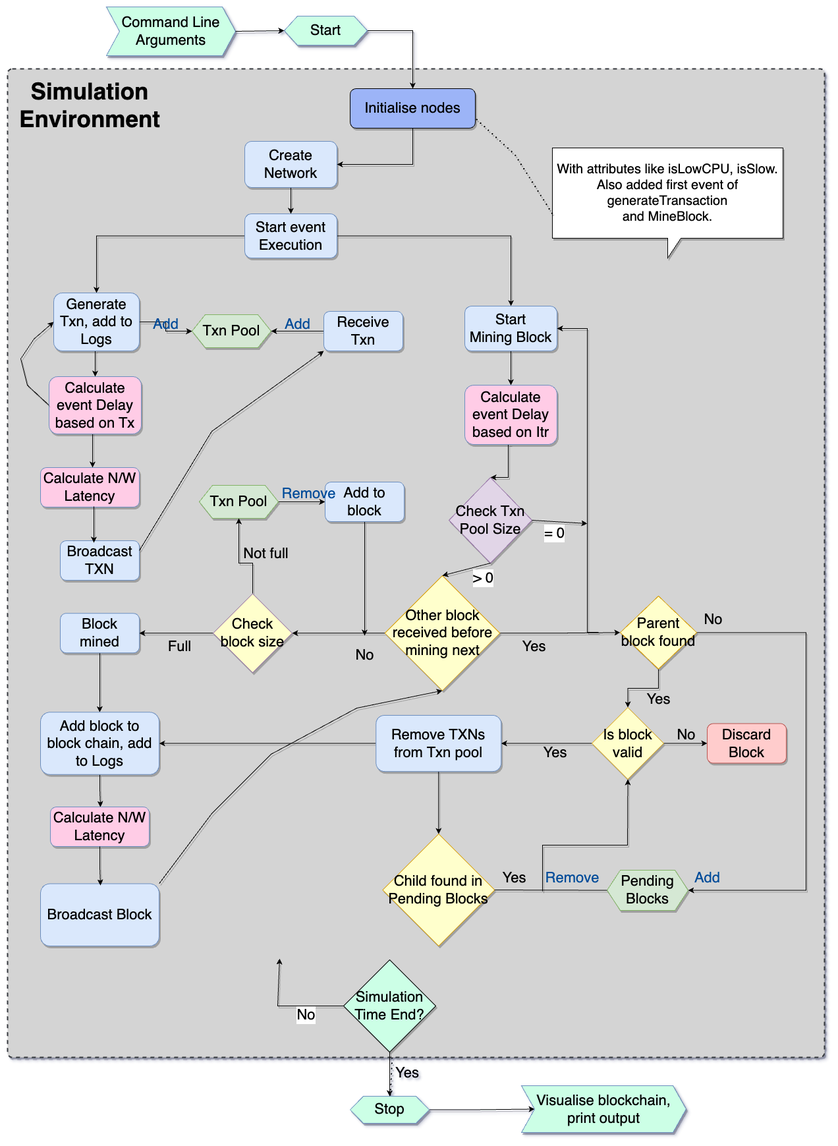
This is Design_Document.png from maximaxi32/CS765_Assignment2, a draw.io export, as it was before one commit. Source tidied: cells renumbered, new cells last; positions are measured from the earlier drawing's top-left corner, leaving out a move shared by most shapes.
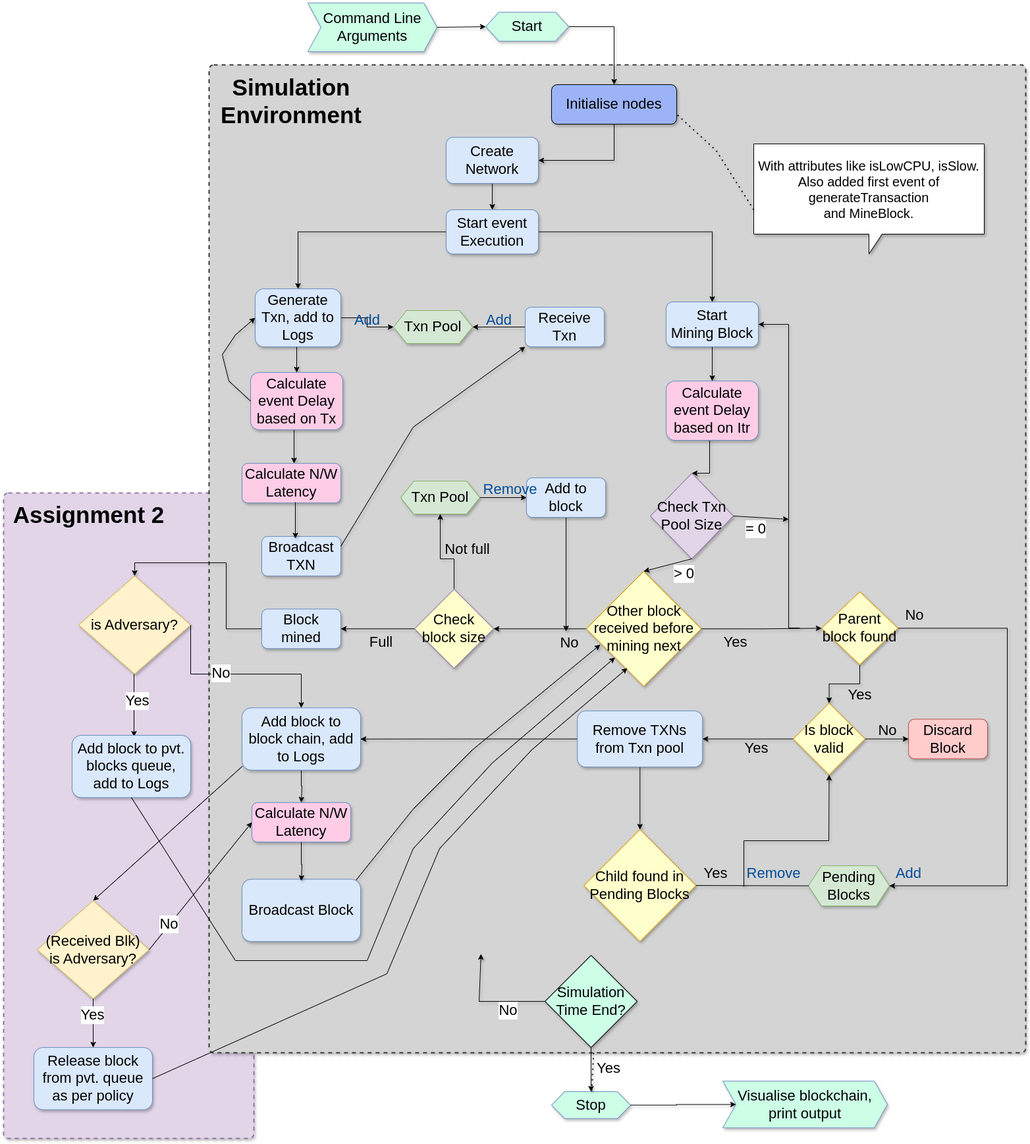
The same file after the commit.

Commit message:
Updated design document

Diff of the diagram source:
```diff
@@ -2,18 +2,20 @@
   <root>
     <mxCell id="0" />
     <mxCell id="1" parent="0" />
+    <mxCell id="95" style="rounded=1;whiteSpace=wrap;html=1;absoluteArcSize=1;arcSize=14;strokeWidth=2;shadow=1;dashed=1;strokeColor=#9673a6;fontSize=22;fillColor=#e1d5e7;" parent="1" vertex="1">
+      <mxGeometry x="-312" y="744" width="380" height="980" as="geometry" />
+    </mxCell>
     <mxCell id="2" style="edgeStyle=none;shape=connector;rounded=0;jettySize=auto;html=1;shadow=1;dashed=1;dashPattern=1 3;labelBackgroundColor=default;strokeColor=default;strokeWidth=2;align=center;verticalAlign=middle;fontFamily=Helvetica;fontSize=22;fontColor=#000000;endArrow=none;endFill=1;" parent="1" edge="1" source="3" target="73">
       <mxGeometry relative="1" as="geometry" />
     </mxCell>
     <mxCell id="3" style="rounded=1;whiteSpace=wrap;html=1;absoluteArcSize=1;arcSize=14;strokeWidth=2;shadow=1;dashed=1;strokeColor=#36393d;fontSize=22;fillColor=#D4D4D4;" parent="1" vertex="1">
       <mxGeometry y="94" width="1240" height="1500" as="geometry" />
     </mxCell>
-    <mxCell id="4" style="endArrow=classic;dashed=0;html=1;dashPattern=1 3;strokeWidth=1;rounded=0;fontSize=22;fontColor=#000000;exitX=1;exitY=0;exitDx=0;exitDy=0;entryX=0.5;entryY=1;entryDx=0;entryDy=0;endFill=1;shadow=1;" parent="1" edge="1" source="69" target="31">
+    <mxCell id="4" style="endArrow=classic;dashed=0;html=1;dashPattern=1 3;strokeWidth=1;rounded=0;fontSize=22;fontColor=#000000;exitX=0.961;exitY=0.017;exitDx=0;exitDy=0;endFill=1;shadow=1;exitPerimeter=0;entryX=0.122;entryY=0.638;entryDx=0;entryDy=0;entryPerimeter=0;" parent="1" edge="1" source="69" target="31">
       <mxGeometry relative="1" as="geometry">
         <Array as="points">
           <mxPoint x="310" y="1224" />
           <mxPoint x="400" y="1134" />
-          <mxPoint x="530" y="1064" />
         </Array>
       </mxGeometry>
     </mxCell>
@@ -118,14 +120,14 @@
     <mxCell id="33" value="Yes" style="text;html=1;align=center;verticalAlign=middle;strokeColor=none;fillColor=none;fontSize=22;shadow=1;" parent="1" vertex="1">
       <mxGeometry x="769" y="951" width="60" height="40" as="geometry" />
     </mxCell>
-    <mxCell id="34" style="edgeStyle=orthogonalEdgeStyle;rounded=0;jettySize=auto;html=1;exitX=0.5;exitY=1;exitDx=0;exitDy=0;fontSize=22;fontColor=#000000;shadow=1;" parent="1" edge="1" source="35" target="58">
+    <mxCell id="34" style="edgeStyle=orthogonalEdgeStyle;rounded=0;jettySize=auto;html=1;exitX=0;exitY=0.5;exitDx=0;exitDy=0;fontSize=22;fontColor=#000000;shadow=1;entryX=0.5;entryY=0;entryDx=0;entryDy=0;" parent="1" edge="1" source="35" target="96">
       <mxGeometry relative="1" as="geometry" />
     </mxCell>
     <mxCell id="35" value="Block mined" style="rounded=1;whiteSpace=wrap;html=1;fontSize=22;fillColor=#dae8fc;strokeColor=#6c8ebf;shadow=1;" parent="1" vertex="1">
       <mxGeometry x="80" y="920.2" width="120" height="60" as="geometry" />
     </mxCell>
     <mxCell id="36" value="No" style="text;html=1;align=center;verticalAlign=middle;strokeColor=none;fillColor=none;fontSize=22;shadow=1;" parent="1" vertex="1">
-      <mxGeometry x="517" y="964" width="50" height="40" as="geometry" />
+      <mxGeometry x="522" y="952" width="50" height="40" as="geometry" />
     </mxCell>
     <mxCell id="37" style="edgeStyle=orthogonalEdgeStyle;rounded=0;jettySize=auto;html=1;exitX=0;exitY=0.5;exitDx=0;exitDy=0;entryX=1;entryY=0.5;entryDx=0;entryDy=0;fontSize=22;shadow=1;" parent="1" edge="1" source="49" target="70">
       <mxGeometry relative="1" as="geometry" />
@@ -362,5 +364,74 @@
         <mxPoint x="1" y="15" as="offset" />
       </mxGeometry>
     </mxCell>
+    <mxCell id="96" value="&lt;font style=&quot;font-size: 22px;&quot;&gt;is Adversary?&lt;/font&gt;" style="rhombus;whiteSpace=wrap;html=1;fillColor=#fff2cc;strokeColor=#d6b656;shadow=1;" parent="1" vertex="1">
+      <mxGeometry x="-198" y="870" width="170" height="149" as="geometry" />
+    </mxCell>
+    <mxCell id="97" style="endArrow=classic;html=1;rounded=0;exitX=1;exitY=0.5;exitDx=0;exitDy=0;entryX=0.5;entryY=0;entryDx=0;entryDy=0;" parent="1" edge="1" source="96" target="58">
+      <mxGeometry relative="1" as="geometry">
+        <Array as="points">
+          <mxPoint x="-28" y="1019" />
+          <mxPoint x="140" y="1019" />
+        </Array>
+      </mxGeometry>
+    </mxCell>
+    <mxCell id="98" value="No" style="edgeLabel;html=1;align=center;verticalAlign=middle;fontSize=22;" parent="97" vertex="1">
+      <mxGeometry x="-0.18" y="2" relative="1" as="geometry" />
+    </mxCell>
+    <mxCell id="99" style="endArrow=classic;html=1;rounded=0;exitX=0.5;exitY=1;exitDx=0;exitDy=0;" parent="1" edge="1">
+      <mxGeometry relative="1" as="geometry">
+        <mxPoint x="-114" y="1019" as="sourcePoint" />
+        <mxPoint x="-114" y="1114" as="targetPoint" />
+      </mxGeometry>
+    </mxCell>
+    <mxCell id="100" value="&lt;font style=&quot;font-size: 22px;&quot;&gt;Yes&lt;/font&gt;" style="edgeLabel;html=1;align=center;verticalAlign=middle;" parent="99" vertex="1">
+      <mxGeometry x="-0.16" y="4" relative="1" as="geometry" />
+    </mxCell>
+    <mxCell id="101" value="Add block to pvt. blocks queue, add to Logs" style="rounded=1;whiteSpace=wrap;html=1;fontSize=22;fillColor=#dae8fc;strokeColor=#6c8ebf;shadow=1;" parent="1" vertex="1">
+      <mxGeometry x="-208" y="1112" width="180" height="94.5" as="geometry" />
+    </mxCell>
+    <mxCell id="102" style="endArrow=classic;html=1;rounded=0;exitX=0.5;exitY=1;exitDx=0;exitDy=0;entryX=0;entryY=1;entryDx=0;entryDy=0;" parent="1" edge="1" source="101" target="31">
+      <mxGeometry relative="1" as="geometry">
+        <Array as="points">
+          <mxPoint x="40" y="1454" />
+          <mxPoint x="240" y="1454" />
+          <mxPoint x="310" y="1284" />
+          <mxPoint x="430" y="1154" />
+        </Array>
+      </mxGeometry>
+    </mxCell>
+    <mxCell id="103" value="&lt;font style=&quot;font-size: 22px;&quot;&gt;(Received Blk)&lt;br&gt;is Adversary?&lt;/font&gt;" style="rhombus;whiteSpace=wrap;html=1;fillColor=#fff2cc;strokeColor=#d6b656;shadow=1;" parent="1" vertex="1">
+      <mxGeometry x="-261" y="1363" width="170" height="149" as="geometry" />
+    </mxCell>
+    <mxCell id="104" style="endArrow=classic;html=1;rounded=0;exitX=0.004;exitY=0.937;exitDx=0;exitDy=0;exitPerimeter=0;entryX=0.5;entryY=0;entryDx=0;entryDy=0;" parent="1" edge="1" source="58" target="103">
+      <mxGeometry relative="1" as="geometry" />
+    </mxCell>
+    <mxCell id="105" style="endArrow=classic;html=1;rounded=0;exitX=1;exitY=0.5;exitDx=0;exitDy=0;entryX=0;entryY=0.5;entryDx=0;entryDy=0;" parent="1" edge="1" source="103" target="91">
+      <mxGeometry relative="1" as="geometry" />
+    </mxCell>
+    <mxCell id="106" value="No" style="edgeLabel;html=1;align=center;verticalAlign=middle;fontSize=22;" parent="105" vertex="1">
+      <mxGeometry x="-0.6" y="2" relative="1" as="geometry" />
+    </mxCell>
+    <mxCell id="107" style="endArrow=classic;html=1;rounded=0;exitX=0.5;exitY=1;exitDx=0;exitDy=0;entryX=0.5;entryY=0;entryDx=0;entryDy=0;" parent="1" edge="1" source="103" target="109">
+      <mxGeometry relative="1" as="geometry" />
+    </mxCell>
+    <mxCell id="108" value="Yes" style="edgeLabel;html=1;align=center;verticalAlign=middle;fontSize=22;" parent="107" vertex="1">
+      <mxGeometry x="-0.34" y="-2" relative="1" as="geometry" />
+    </mxCell>
+    <mxCell id="109" value="Release block from pvt. queue as per policy" style="rounded=1;whiteSpace=wrap;html=1;fontSize=22;shadow=1;fillColor=#dae8fc;strokeColor=#6c8ebf;" parent="1" vertex="1">
+      <mxGeometry x="-266" y="1586" width="180" height="94.5" as="geometry" />
+    </mxCell>
+    <mxCell id="110" style="endArrow=classic;html=1;rounded=0;exitX=1;exitY=0.5;exitDx=0;exitDy=0;entryX=0.357;entryY=0.842;entryDx=0;entryDy=0;entryPerimeter=0;" parent="1" edge="1" source="109" target="31">
+      <mxGeometry relative="1" as="geometry">
+        <Array as="points">
+          <mxPoint x="270" y="1474" />
+          <mxPoint x="350" y="1284" />
+          <mxPoint x="490" y="1134" />
+        </Array>
+      </mxGeometry>
+    </mxCell>
+    <mxCell id="111" value="&lt;b&gt;&lt;font style=&quot;font-size: 35px;&quot;&gt;Assignment 2&lt;/font&gt;&lt;/b&gt;" style="text;html=1;strokeColor=none;fillColor=none;align=center;verticalAlign=middle;whiteSpace=wrap;rounded=0;fontSize=22;fontColor=#000000;shadow=1;" parent="1" vertex="1">
+      <mxGeometry x="-313" y="732" width="261" height="90" as="geometry" />
+    </mxCell>
   </root>
 </mxGraphModel>
```
